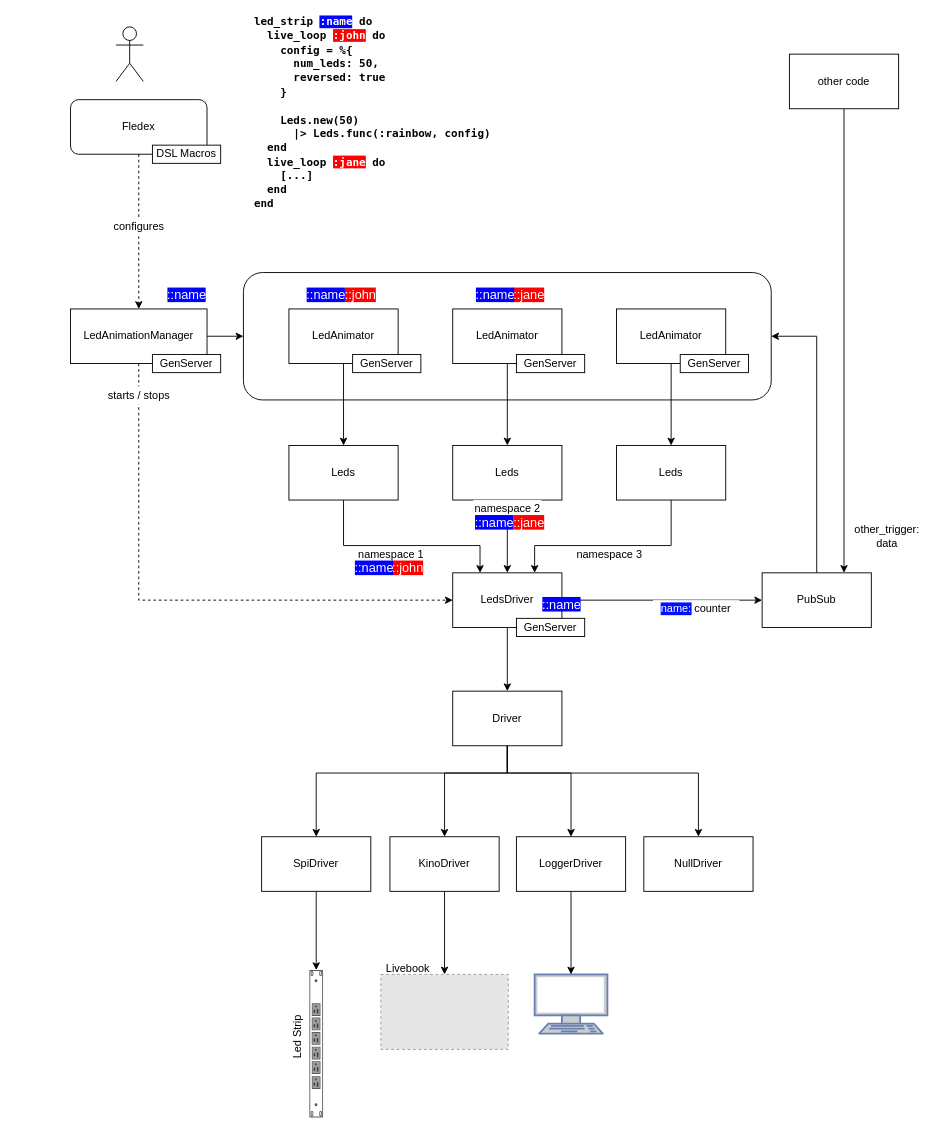
The draw.io diagram docs/architecture.drawio in a-maze-d/fledex, before the edit. Source tidied: cells renumbered, new cells numbered last; positions are measured from the earlier drawing's top-left corner, leaving out a move shared by most shapes. Both pictures are drawn from the tidied source at 91%, with x=0, y=0 at pixel (70, 17). Pictures stored in the file or linked from it are replaced by grey dashed boxes.
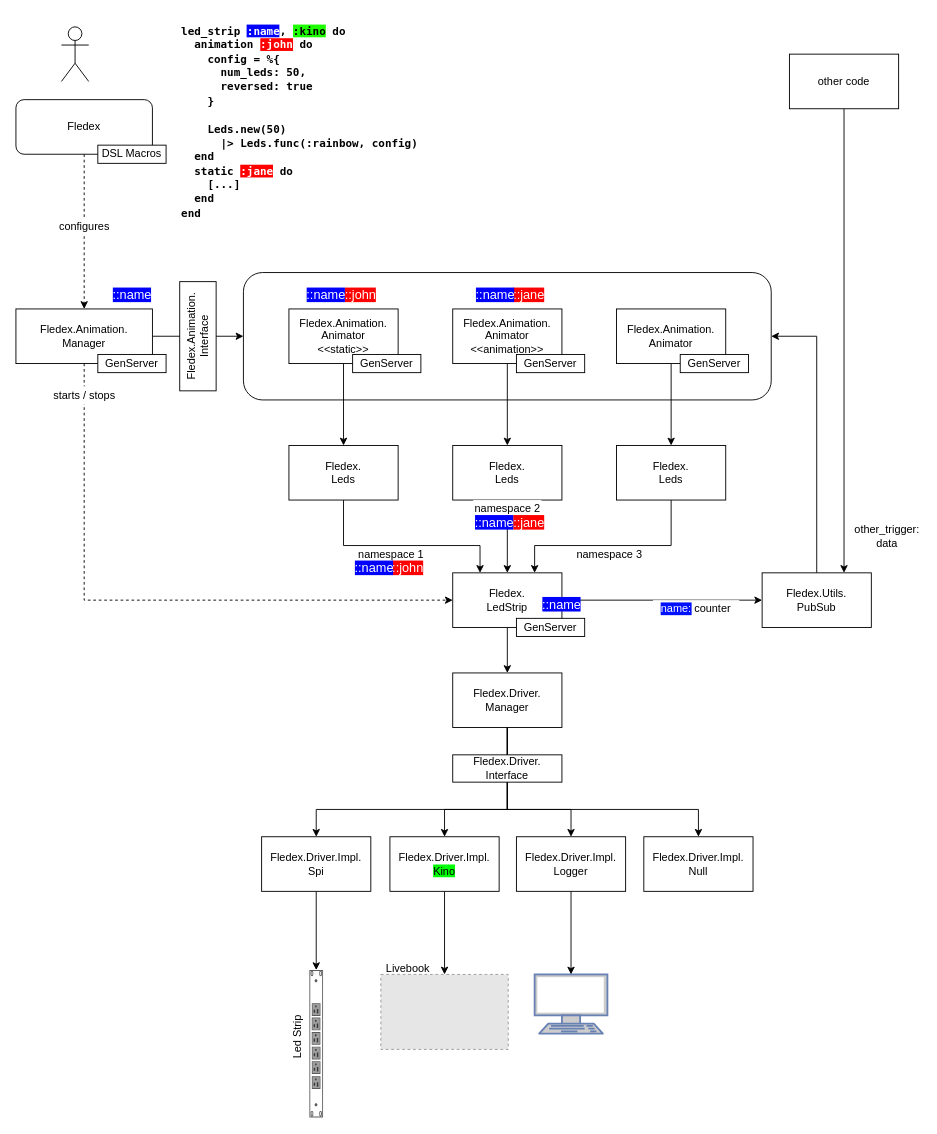
The same page after the edit.

Commit message (it also covers changes not shown here):
Updating the livebooks to include example with send_config Improving on led_strip module docs Updating architecture diagram

The change refers to these unchanged cells:
```xml
<mxCell id="5" style="group;" parent="1" vertex="1">
  <mxGeometry x="210" y="740" width="540" height="468.5" as="geometry" />
</mxCell>
<mxCell id="34" style="group;" parent="1" vertex="1">
  <mxGeometry x="240" y="320" width="255" height="190" as="geometry" />
</mxCell>
<mxCell id="38" style="group;" parent="1" vertex="1">
  <mxGeometry x="420" y="320" width="145" height="70" as="geometry" />
</mxCell>
<mxCell id="42" style="group;" parent="1" vertex="1">
  <mxGeometry x="600" y="320" width="145" height="70" as="geometry" />
</mxCell>
```

Diff of the diagram source:
```diff
@@
-    <mxCell id="8" value="SpiDriver" style="rounded=0;whiteSpace=wrap;html=1;" parent="5" vertex="1">
+    <mxCell id="8" value="Fledex.Driver.Impl.&lt;br&gt;Spi" style="rounded=0;whiteSpace=wrap;html=1;" parent="5" vertex="1">
       <mxGeometry y="160" width="120" height="60" as="geometry" />
     </mxCell>
-    <mxCell id="9" value="KinoDriver" style="rounded=0;whiteSpace=wrap;html=1;" parent="5" vertex="1">
+    <mxCell id="9" value="Fledex.Driver.Impl.&lt;br&gt;&lt;span style=&quot;background-color: rgb(0, 255, 4);&quot;&gt;Kino&lt;/span&gt;" style="rounded=0;whiteSpace=wrap;html=1;" parent="5" vertex="1">
       <mxGeometry x="141" y="160" width="120" height="60" as="geometry" />
     </mxCell>
-    <mxCell id="10" value="LoggerDriver" style="rounded=0;whiteSpace=wrap;html=1;" parent="5" vertex="1">
+    <mxCell id="10" value="Fledex.Driver.Impl.&lt;br&gt;Logger" style="rounded=0;whiteSpace=wrap;html=1;" parent="5" vertex="1">
       <mxGeometry x="280" y="160" width="120" height="60" as="geometry" />
     </mxCell>
@@
-    <mxCell id="15" value="NullDriver" style="rounded=0;whiteSpace=wrap;html=1;" parent="5" vertex="1">
+    <mxCell id="15" value="Fledex.Driver.Impl.&lt;br&gt;Null" style="rounded=0;whiteSpace=wrap;html=1;" parent="5" vertex="1">
       <mxGeometry x="420" y="160" width="120" height="60" as="geometry" />
     </mxCell>
+    <mxCell id="21" value="Livebook" style="text;html=1;strokeColor=none;fillColor=none;align=center;verticalAlign=middle;whiteSpace=wrap;rounded=0;fontColor=#000000;" parent="5" vertex="1">
+      <mxGeometry x="131" y="290" width="60" height="30" as="geometry" />
+    </mxCell>
+    <mxCell id="22" value="Led Strip" style="text;html=1;strokeColor=none;fillColor=none;align=center;verticalAlign=middle;whiteSpace=wrap;rounded=0;fontColor=#000000;rotation=-90;" parent="5" vertex="1">
+      <mxGeometry x="10" y="365" width="60" height="30" as="geometry" />
+    </mxCell>
+    <mxCell id="74" value="Fledex.Driver.&lt;br&gt;Manager" style="rounded=0;whiteSpace=wrap;html=1;labelBackgroundColor=none;fontColor=#000000;" parent="5" vertex="1">
+      <mxGeometry x="210" y="-20" width="120" height="60" as="geometry" />
+    </mxCell>
-    <mxCell id="16" style="edgeStyle=orthogonalEdgeStyle;rounded=0;jettySize=auto;html=1;fontColor=#000000;" parent="5" edge="1" source="20" target="8">
+    <mxCell id="16" style="edgeStyle=orthogonalEdgeStyle;rounded=0;jettySize=auto;html=1;fontColor=#000000;exitX=0.5;exitY=1;exitDx=0;exitDy=0;" parent="5" edge="1" source="74" target="8">
       <mxGeometry relative="1" as="geometry">
         <Array as="points">
-          <mxPoint x="270" y="90" />
-          <mxPoint x="60" y="90" />
+          <mxPoint x="270" y="130" />
+          <mxPoint x="60" y="130" />
         </Array>
       </mxGeometry>
     </mxCell>
-    <mxCell id="17" style="edgeStyle=orthogonalEdgeStyle;rounded=0;jettySize=auto;html=1;entryX=0.5;entryY=0;entryDx=0;entryDy=0;fontColor=#000000;" parent="5" edge="1" source="20" target="9">
+    <mxCell id="17" style="edgeStyle=orthogonalEdgeStyle;rounded=0;jettySize=auto;html=1;entryX=0.5;entryY=0;entryDx=0;entryDy=0;fontColor=#000000;exitX=0.5;exitY=1;exitDx=0;exitDy=0;" parent="5" edge="1" source="74" target="9">
       <mxGeometry relative="1" as="geometry">
         <Array as="points">
-          <mxPoint x="270" y="90" />
-          <mxPoint x="201" y="90" />
+          <mxPoint x="270" y="130" />
+          <mxPoint x="201" y="130" />
         </Array>
       </mxGeometry>
     </mxCell>
-    <mxCell id="18" style="edgeStyle=orthogonalEdgeStyle;rounded=0;jettySize=auto;html=1;entryX=0.5;entryY=0;entryDx=0;entryDy=0;fontColor=#000000;" parent="5" edge="1" source="20" target="10">
+    <mxCell id="18" style="edgeStyle=orthogonalEdgeStyle;rounded=0;jettySize=auto;html=1;entryX=0.5;entryY=0;entryDx=0;entryDy=0;fontColor=#000000;exitX=0.5;exitY=1;exitDx=0;exitDy=0;" parent="5" edge="1" source="74" target="10">
       <mxGeometry relative="1" as="geometry">
         <Array as="points">
-          <mxPoint x="270" y="90" />
-          <mxPoint x="340" y="90" />
+          <mxPoint x="270" y="130" />
+          <mxPoint x="340" y="130" />
         </Array>
       </mxGeometry>
     </mxCell>
-    <mxCell id="19" style="edgeStyle=orthogonalEdgeStyle;rounded=0;jettySize=auto;html=1;entryX=0.5;entryY=0;entryDx=0;entryDy=0;fontColor=#000000;" parent="5" edge="1" source="20" target="15">
+    <mxCell id="19" style="edgeStyle=orthogonalEdgeStyle;rounded=0;jettySize=auto;html=1;entryX=0.5;entryY=0;entryDx=0;entryDy=0;fontColor=#000000;exitX=0.5;exitY=1;exitDx=0;exitDy=0;" parent="5" edge="1" source="74" target="15">
       <mxGeometry relative="1" as="geometry">
         <Array as="points">
-          <mxPoint x="270" y="90" />
-          <mxPoint x="480" y="90" />
+          <mxPoint x="270" y="130" />
+          <mxPoint x="480" y="130" />
         </Array>
       </mxGeometry>
     </mxCell>
-    <mxCell id="20" value="Driver" style="rounded=0;whiteSpace=wrap;html=1;labelBackgroundColor=none;fontColor=#000000;" parent="5" vertex="1">
-      <mxGeometry x="210" width="120" height="60" as="geometry" />
+    <mxCell id="20" value="Fledex.Driver.&lt;br&gt;Interface" style="rounded=0;whiteSpace=wrap;html=1;labelBackgroundColor=none;fontColor=#000000;" parent="5" vertex="1">
+      <mxGeometry x="210" y="70" width="120" height="30" as="geometry" />
     </mxCell>
-    <mxCell id="21" value="Livebook" style="text;html=1;strokeColor=none;fillColor=none;align=center;verticalAlign=middle;whiteSpace=wrap;rounded=0;fontColor=#000000;" parent="5" vertex="1">
-      <mxGeometry x="131" y="290" width="60" height="30" as="geometry" />
-    </mxCell>
-    <mxCell id="22" value="Led Strip" style="text;html=1;strokeColor=none;fillColor=none;align=center;verticalAlign=middle;whiteSpace=wrap;rounded=0;fontColor=#000000;rotation=-90;" parent="5" vertex="1">
-      <mxGeometry x="10" y="365" width="60" height="30" as="geometry" />
-    </mxCell>
-    <mxCell id="23" style="edgeStyle=orthogonalEdgeStyle;rounded=0;jettySize=auto;html=1;entryX=0.5;entryY=0;entryDx=0;entryDy=0;fontColor=#000000;" parent="1" edge="1" source="25" target="20">
-      <mxGeometry relative="1" as="geometry" />
-    </mxCell>
@@
+    <mxCell id="75" style="edgeStyle=orthogonalEdgeStyle;rounded=0;jettySize=auto;html=1;entryX=0.5;entryY=0;entryDx=0;entryDy=0;" parent="1" edge="1" source="25" target="74">
+      <mxGeometry relative="1" as="geometry" />
+    </mxCell>
-    <mxCell id="25" value="LedsDriver" style="rounded=0;whiteSpace=wrap;html=1;labelBackgroundColor=none;fontColor=#000000;" parent="1" vertex="1">
+    <mxCell id="25" value="Fledex.&lt;br&gt;LedStrip" style="rounded=0;whiteSpace=wrap;html=1;labelBackgroundColor=none;fontColor=#000000;" parent="1" vertex="1">
       <mxGeometry x="420" y="610" width="120" height="60" as="geometry" />
     </mxCell>
@@
-    <mxCell id="28" value="Leds" style="rounded=0;whiteSpace=wrap;html=1;labelBackgroundColor=none;fontColor=#000000;" parent="1" vertex="1">
+    <mxCell id="28" value="Fledex.&lt;br&gt;Leds" style="rounded=0;whiteSpace=wrap;html=1;labelBackgroundColor=none;fontColor=#000000;" parent="1" vertex="1">
       <mxGeometry x="240" y="470" width="120" height="60" as="geometry" />
     </mxCell>
@@
-    <mxCell id="30" value="Leds" style="rounded=0;whiteSpace=wrap;html=1;labelBackgroundColor=none;fontColor=#000000;" parent="1" vertex="1">
+    <mxCell id="30" value="Fledex.&lt;br&gt;Leds" style="rounded=0;whiteSpace=wrap;html=1;labelBackgroundColor=none;fontColor=#000000;" parent="1" vertex="1">
       <mxGeometry x="420" y="470" width="120" height="60" as="geometry" />
     </mxCell>
@@
-    <mxCell id="32" value="Leds" style="rounded=0;whiteSpace=wrap;html=1;labelBackgroundColor=none;fontColor=#000000;" parent="1" vertex="1">
+    <mxCell id="32" value="Fledex.&lt;br&gt;Leds" style="rounded=0;whiteSpace=wrap;html=1;labelBackgroundColor=none;fontColor=#000000;" parent="1" vertex="1">
       <mxGeometry x="600" y="470" width="120" height="60" as="geometry" />
     </mxCell>
@@
-    <mxCell id="35" value="LedAnimator" style="rounded=0;whiteSpace=wrap;html=1;labelBackgroundColor=none;fontColor=#000000;" parent="34" vertex="1">
+    <mxCell id="35" value="Fledex.Animation.&lt;br&gt;Animator&lt;br&gt;&amp;lt;&amp;lt;static&amp;gt;&amp;gt;" style="rounded=0;whiteSpace=wrap;html=1;labelBackgroundColor=none;fontColor=#000000;" parent="34" vertex="1">
       <mxGeometry width="120" height="60" as="geometry" />
     </mxCell>
@@
-    <mxCell id="39" value="LedAnimator" style="rounded=0;whiteSpace=wrap;html=1;labelBackgroundColor=none;fontColor=#000000;" parent="38" vertex="1">
+    <mxCell id="39" value="Fledex.Animation.&lt;br&gt;Animator&lt;br&gt;&amp;lt;&amp;lt;animation&amp;gt;&amp;gt;" style="rounded=0;whiteSpace=wrap;html=1;labelBackgroundColor=none;fontColor=#000000;" parent="38" vertex="1">
       <mxGeometry width="120" height="60" as="geometry" />
     </mxCell>
@@
-    <mxCell id="43" value="LedAnimator" style="rounded=0;whiteSpace=wrap;html=1;labelBackgroundColor=none;fontColor=#000000;" parent="42" vertex="1">
+    <mxCell id="43" value="Fledex.Animation.&lt;br&gt;Animator" style="rounded=0;whiteSpace=wrap;html=1;labelBackgroundColor=none;fontColor=#000000;" parent="42" vertex="1">
       <mxGeometry width="120" height="60" as="geometry" />
     </mxCell>
@@
-    <mxCell id="47" style="edgeStyle=orthogonalEdgeStyle;rounded=0;jettySize=auto;html=1;entryX=0;entryY=0.5;entryDx=0;entryDy=0;dashed=1;" parent="1" edge="1" source="48" target="25">
+    <mxCell id="47" style="edgeStyle=orthogonalEdgeStyle;rounded=0;jettySize=auto;html=1;entryX=0;entryY=0.5;entryDx=0;entryDy=0;dashed=1;exitX=0.5;exitY=1;exitDx=0;exitDy=0;" parent="1" edge="1" source="48" target="25">
       <mxGeometry relative="1" as="geometry">
         <Array as="points">
-          <mxPoint x="75" y="640" />
+          <mxPoint x="15" y="640" />
         </Array>
       </mxGeometry>
     </mxCell>
-    <mxCell id="48" value="LedAnimationManager" style="rounded=0;whiteSpace=wrap;html=1;labelBackgroundColor=none;fontColor=#000000;" parent="1" vertex="1">
-      <mxGeometry y="320" width="150" height="60" as="geometry" />
+    <mxCell id="48" value="Fledex.Animation.&lt;br&gt;Manager" style="rounded=0;whiteSpace=wrap;html=1;labelBackgroundColor=none;fontColor=#000000;" parent="1" vertex="1">
+      <mxGeometry x="-60" y="320" width="150" height="60" as="geometry" />
     </mxCell>
@@
     <mxCell id="50" value="Fledex" style="rounded=1;whiteSpace=wrap;html=1;labelBackgroundColor=none;fontColor=#000000;" parent="1" vertex="1">
-      <mxGeometry y="90" width="150" height="60" as="geometry" />
+      <mxGeometry x="-60" y="90" width="150" height="60" as="geometry" />
     </mxCell>
     <mxCell id="51" value="DSL Macros" style="rounded=0;whiteSpace=wrap;html=1;labelBackgroundColor=none;fontColor=#000000;" parent="1" vertex="1">
-      <mxGeometry x="90" y="140" width="75" height="20" as="geometry" />
+      <mxGeometry x="30" y="140" width="75" height="20" as="geometry" />
     </mxCell>
     <mxCell id="52" style="shape=umlActor;verticalLabelPosition=bottom;verticalAlign=top;html=1;labelBackgroundColor=none;fontColor=#000000;" parent="1" vertex="1">
-      <mxGeometry x="50" y="10" width="30" height="60" as="geometry" />
+      <mxGeometry x="-10" y="10" width="30" height="60" as="geometry" />
     </mxCell>
-    <mxCell id="53" value="&lt;div style=&quot;font-family: JetBrains, &amp;quot;Droid Sans Mono&amp;quot;, &amp;quot;monospace&amp;quot;, monospace, &amp;quot;Droid Sans Mono&amp;quot;, &amp;quot;monospace&amp;quot;, monospace; line-height: 128%;&quot;&gt;&lt;div style=&quot;line-height: 128%;&quot;&gt;&lt;b&gt;led_strip &lt;span style=&quot;background-color: rgb(0, 0, 255);&quot;&gt;&lt;font style=&quot;font-size: 12px;&quot; color=&quot;#ffffff&quot;&gt;:name&lt;/font&gt;&lt;/span&gt; do&lt;/b&gt;&lt;/div&gt;&lt;div style=&quot;line-height: 128%;&quot;&gt;&lt;b&gt;&amp;nbsp; live_loop &lt;span style=&quot;background-color: rgb(255, 0, 0);&quot;&gt;&lt;font style=&quot;font-size: 12px;&quot; color=&quot;#ffffff&quot;&gt;:john&lt;/font&gt;&lt;/span&gt;&amp;nbsp;do&lt;/b&gt;&lt;/div&gt;&lt;div style=&quot;line-height: 128%;&quot;&gt;&lt;b&gt;&amp;nbsp; &amp;nbsp; config = %{&lt;/b&gt;&lt;/div&gt;&lt;div style=&quot;line-height: 128%;&quot;&gt;&lt;b&gt;&amp;nbsp; &amp;nbsp; &amp;nbsp; num_leds: 50,&lt;/b&gt;&lt;/div&gt;&lt;div style=&quot;line-height: 128%;&quot;&gt;&lt;b&gt;&amp;nbsp; &amp;nbsp; &amp;nbsp; reversed: true&lt;/b&gt;&lt;/div&gt;&lt;div style=&quot;line-height: 128%;&quot;&gt;&lt;b&gt;&amp;nbsp; &amp;nbsp; }&lt;/b&gt;&lt;/div&gt;&lt;b&gt;&lt;br&gt;&lt;/b&gt;&lt;div style=&quot;line-height: 128%;&quot;&gt;&lt;b&gt;&amp;nbsp; &amp;nbsp; Leds.new(50)&lt;/b&gt;&lt;/div&gt;&lt;div style=&quot;line-height: 128%;&quot;&gt;&lt;b&gt;&amp;nbsp; &amp;nbsp; &amp;nbsp; |&amp;gt; Leds.func(:rainbow, config)&lt;/b&gt;&lt;/div&gt;&lt;div style=&quot;line-height: 128%;&quot;&gt;&lt;b&gt;&amp;nbsp; end&lt;/b&gt;&lt;/div&gt;&lt;div style=&quot;line-height: 128%;&quot;&gt;&lt;b&gt;&amp;nbsp; live_loop &lt;font style=&quot;background-color: rgb(255, 0, 0); font-size: 12px;&quot; color=&quot;#ffffff&quot;&gt;:jane&lt;/font&gt; do&lt;/b&gt;&lt;/div&gt;&lt;div style=&quot;line-height: 128%;&quot;&gt;&lt;b&gt;&amp;nbsp; &amp;nbsp; [...]&lt;/b&gt;&lt;/div&gt;&lt;div style=&quot;line-height: 128%;&quot;&gt;&lt;b&gt;&amp;nbsp; end&lt;/b&gt;&lt;/div&gt;&lt;div style=&quot;line-height: 128%;&quot;&gt;&lt;b&gt;      end&lt;/b&gt;&lt;/div&gt;&lt;/div&gt;" style="text;html=1;strokeColor=none;fillColor=none;align=left;verticalAlign=middle;whiteSpace=wrap;rounded=0;fontColor=#000000;labelBackgroundColor=default;" parent="1" vertex="1">
-      <mxGeometry x="200" width="305" height="210" as="geometry" />
+    <mxCell id="53" value="&lt;div style=&quot;font-family: JetBrains, &amp;quot;Droid Sans Mono&amp;quot;, &amp;quot;monospace&amp;quot;, monospace, &amp;quot;Droid Sans Mono&amp;quot;, &amp;quot;monospace&amp;quot;, monospace; line-height: 128%;&quot;&gt;&lt;div style=&quot;line-height: 128%;&quot;&gt;&lt;b&gt;led_strip &lt;span style=&quot;background-color: rgb(0, 0, 255);&quot;&gt;&lt;font style=&quot;font-size: 12px;&quot; color=&quot;#ffffff&quot;&gt;:name&lt;/font&gt;&lt;/span&gt;, &lt;span style=&quot;background-color: rgb(30, 255, 0);&quot;&gt;:kino&lt;/span&gt; do&lt;/b&gt;&lt;/div&gt;&lt;div style=&quot;line-height: 128%;&quot;&gt;&lt;b&gt;&amp;nbsp; animation&amp;nbsp;&lt;span style=&quot;background-color: rgb(255, 0, 0);&quot;&gt;&lt;font style=&quot;font-size: 12px;&quot; color=&quot;#ffffff&quot;&gt;:john&lt;/font&gt;&lt;/span&gt;&amp;nbsp;do&lt;/b&gt;&lt;/div&gt;&lt;div style=&quot;line-height: 128%;&quot;&gt;&lt;b&gt;&amp;nbsp; &amp;nbsp; config = %{&lt;/b&gt;&lt;/div&gt;&lt;div style=&quot;line-height: 128%;&quot;&gt;&lt;b&gt;&amp;nbsp; &amp;nbsp; &amp;nbsp; num_leds: 50,&lt;/b&gt;&lt;/div&gt;&lt;div style=&quot;line-height: 128%;&quot;&gt;&lt;b&gt;&amp;nbsp; &amp;nbsp; &amp;nbsp; reversed: true&lt;/b&gt;&lt;/div&gt;&lt;div style=&quot;line-height: 128%;&quot;&gt;&lt;b&gt;&amp;nbsp; &amp;nbsp; }&lt;/b&gt;&lt;/div&gt;&lt;b&gt;&lt;br&gt;&lt;/b&gt;&lt;div style=&quot;line-height: 128%;&quot;&gt;&lt;b&gt;&amp;nbsp; &amp;nbsp; Leds.new(50)&lt;/b&gt;&lt;/div&gt;&lt;div style=&quot;line-height: 128%;&quot;&gt;&lt;b&gt;&amp;nbsp; &amp;nbsp; &amp;nbsp; |&amp;gt; Leds.func(:rainbow, config)&lt;/b&gt;&lt;/div&gt;&lt;div style=&quot;line-height: 128%;&quot;&gt;&lt;b&gt;&amp;nbsp; end&lt;/b&gt;&lt;/div&gt;&lt;div style=&quot;line-height: 128%;&quot;&gt;&amp;nbsp; &lt;b&gt;static&amp;nbsp;&lt;font style=&quot;background-color: rgb(255, 0, 0); font-size: 12px;&quot; color=&quot;#ffffff&quot;&gt;:jane&lt;/font&gt; do&lt;/b&gt;&lt;/div&gt;&lt;div style=&quot;line-height: 128%;&quot;&gt;&lt;b&gt;&amp;nbsp; &amp;nbsp; [...]&lt;/b&gt;&lt;/div&gt;&lt;div style=&quot;line-height: 128%;&quot;&gt;&lt;b&gt;&amp;nbsp; end&lt;/b&gt;&lt;/div&gt;&lt;div style=&quot;line-height: 128%;&quot;&gt;&lt;b&gt;      end&lt;/b&gt;&lt;/div&gt;&lt;/div&gt;" style="text;html=1;strokeColor=none;fillColor=none;align=left;verticalAlign=middle;whiteSpace=wrap;rounded=0;fontColor=#000000;labelBackgroundColor=default;" parent="1" vertex="1">
+      <mxGeometry x="120" y="10" width="305" height="210" as="geometry" />
     </mxCell>
@@
     <mxCell id="64" value="configures" style="rounded=0;whiteSpace=wrap;html=1;labelBackgroundColor=none;fontColor=#000000;strokeColor=none;" parent="1" vertex="1">
-      <mxGeometry x="37.5" y="220" width="75" height="20" as="geometry" />
+      <mxGeometry x="-22.5" y="220" width="75" height="20" as="geometry" />
     </mxCell>
     <mxCell id="65" value="starts / stops" style="rounded=0;whiteSpace=wrap;html=1;labelBackgroundColor=none;fontColor=#000000;strokeColor=none;" parent="1" vertex="1">
-      <mxGeometry x="37.5" y="405" width="75" height="20" as="geometry" />
+      <mxGeometry x="-22.5" y="405" width="75" height="20" as="geometry" />
     </mxCell>
     <mxCell id="66" value="&lt;span style=&quot;font-size: 14px; background-color: rgb(0, 0, 255);&quot;&gt;::name&lt;/span&gt;" style="text;html=1;strokeColor=none;fillColor=none;align=center;verticalAlign=middle;whiteSpace=wrap;rounded=0;fontColor=#FFFFFF;" parent="1" vertex="1">
-      <mxGeometry x="97.5" y="290" width="60" height="30" as="geometry" />
+      <mxGeometry x="37.5" y="290" width="60" height="30" as="geometry" />
     </mxCell>
     <mxCell id="67" value="GenServer" style="rounded=0;whiteSpace=wrap;html=1;labelBackgroundColor=none;fontColor=#000000;" parent="1" vertex="1">
-      <mxGeometry x="90" y="370" width="75" height="20" as="geometry" />
+      <mxGeometry x="30" y="370" width="75" height="20" as="geometry" />
     </mxCell>
@@
-    <mxCell id="69" value="PubSub" style="rounded=0;whiteSpace=wrap;html=1;labelBackgroundColor=none;fontColor=#000000;" parent="1" vertex="1">
+    <mxCell id="69" value="Fledex.Utils.&lt;br&gt;PubSub" style="rounded=0;whiteSpace=wrap;html=1;labelBackgroundColor=none;fontColor=#000000;" parent="1" vertex="1">
       <mxGeometry x="760" y="610" width="120" height="60" as="geometry" />
     </mxCell>
@@
+    <mxCell id="76" value="Fledex.Animation.&lt;br&gt;Interface" style="rounded=0;whiteSpace=wrap;html=1;labelBackgroundColor=none;fontColor=#000000;rotation=-90;" parent="1" vertex="1">
+      <mxGeometry x="80" y="330" width="120" height="40" as="geometry" />
+    </mxCell>
```
